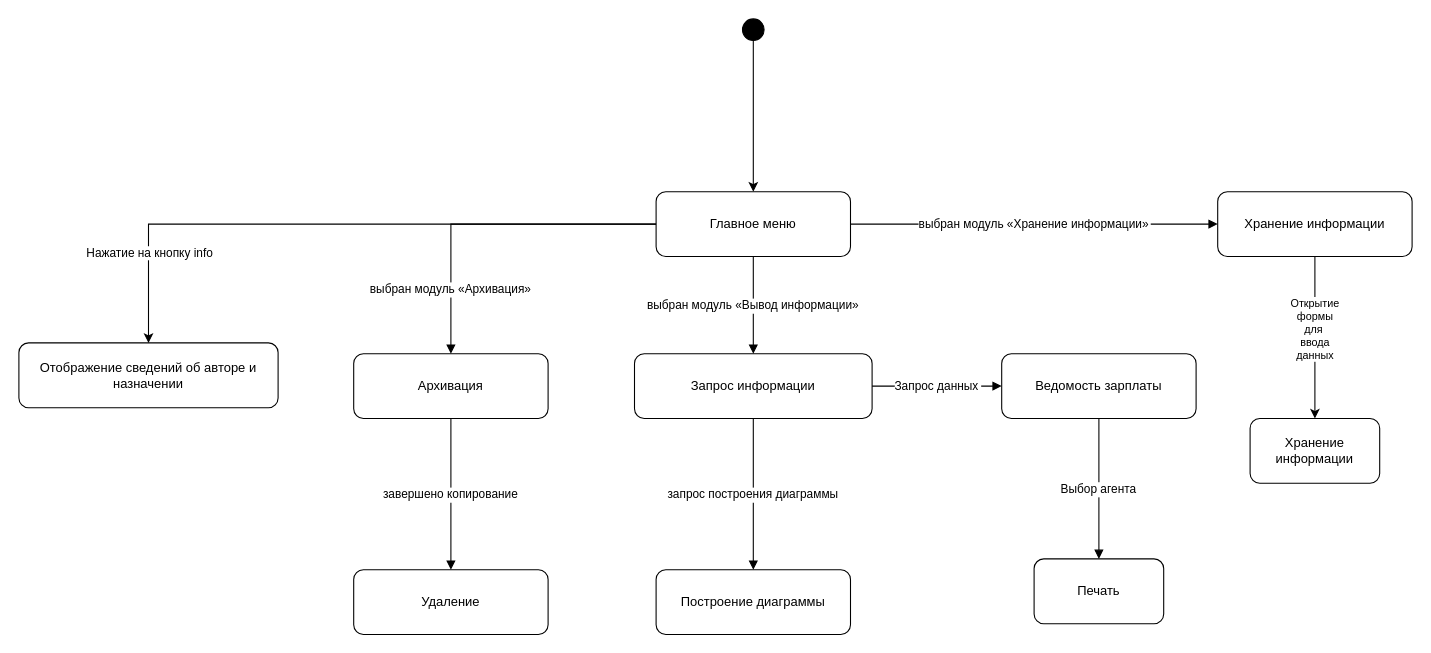
Before: 1.drawio in maxi1s/DailyPlan, a draw.io diagram. Source tidied: cells renumbered, new cells numbered last; positions are measured from the earlier drawing's top-left corner, leaving out a move shared by most shapes. Both pictures are drawn from the tidied source at 108%, with x=0, y=0 at pixel (18, 18).
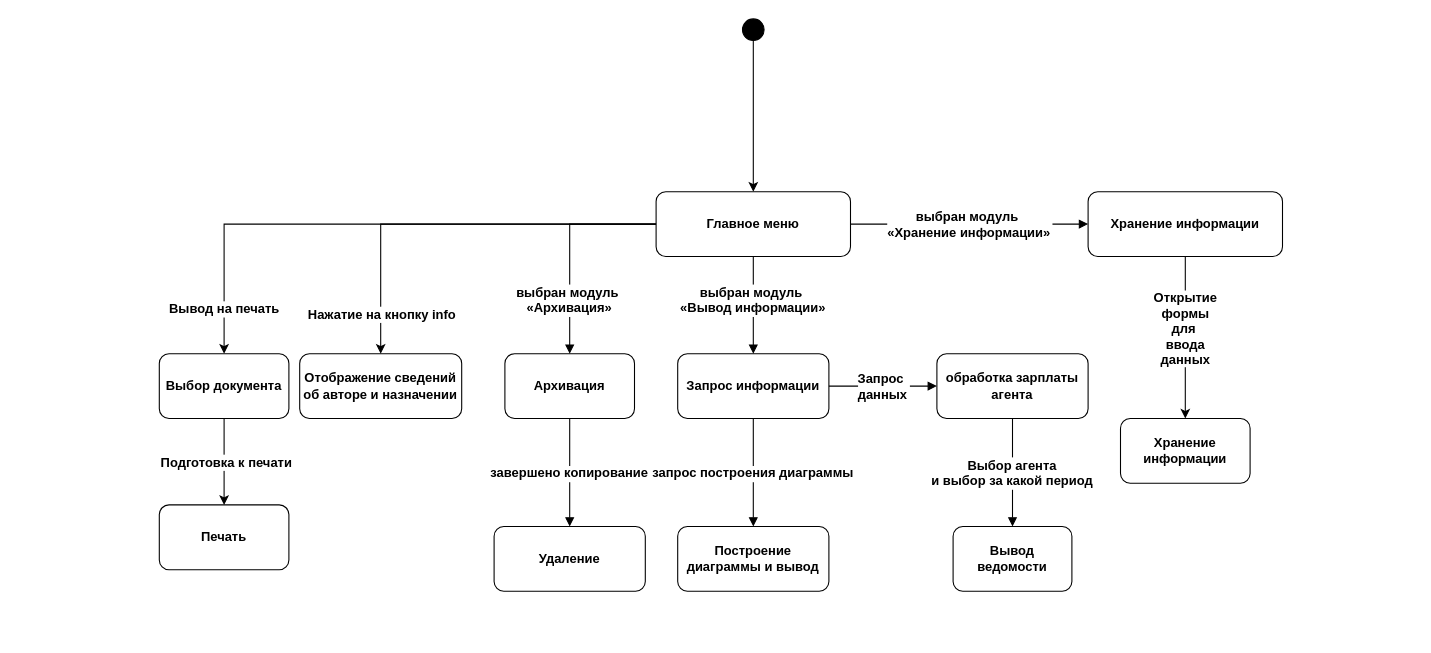
The same page after the edit.

The edit, as a diff of the source:
```diff
@@
-    <mxCell id="4" value="Отображение сведений об авторе и назначении" style="rounded=1;whiteSpace=wrap;html=1;" parent="1" vertex="1">
-      <mxGeometry y="300" width="240" height="60" as="geometry" />
+    <mxCell id="4" value="Отображение сведений об авторе и назначении" style="rounded=1;whiteSpace=wrap;html=1;fontStyle=1;fontSize=12;" parent="1" vertex="1">
+      <mxGeometry x="260" y="310" width="150" height="60" as="geometry" />
     </mxCell>
-    <mxCell id="5" style="edgeStyle=orthogonalEdgeStyle;rounded=0;jettySize=auto;html=1;entryX=0.5;entryY=0;entryDx=0;entryDy=0;" parent="1" edge="1" source="7" target="4">
+    <mxCell id="5" style="edgeStyle=orthogonalEdgeStyle;rounded=0;jettySize=auto;html=1;entryX=0.5;entryY=0;entryDx=0;entryDy=0;fontStyle=1;fontSize=12;" parent="1" edge="1" source="7" target="4">
       <mxGeometry relative="1" as="geometry" />
     </mxCell>
-    <mxCell id="6" value="Нажатие на кнопку info" style="edgeLabel;html=1;align=center;verticalAlign=middle;" parent="5" vertex="1">
-      <mxGeometry x="0.71" relative="1" as="geometry" />
+    <mxCell id="6" value="Нажатие на кнопку info" style="edgeLabel;html=1;align=center;verticalAlign=middle;fontStyle=1;fontSize=12;" parent="5" vertex="1">
+      <mxGeometry x="0.71" relative="1" as="geometry">
+        <mxPoint y="17" as="offset" />
+      </mxGeometry>
     </mxCell>
+    <mxCell id="25" style="edgeStyle=orthogonalEdgeStyle;rounded=0;jettySize=auto;html=1;fontStyle=1;fontSize=12;" parent="1" edge="1" source="7" target="29">
+      <mxGeometry relative="1" as="geometry" />
+    </mxCell>
+    <mxCell id="26" value="Вывод на печать" style="edgeLabel;html=1;align=center;verticalAlign=middle;fontStyle=1;fontSize=12;" parent="25" vertex="1">
+      <mxGeometry x="0.84" y="-1" relative="1" as="geometry" />
+    </mxCell>
-    <mxCell id="7" value="Главное меню" style="rounded=1;whiteSpace=wrap;html=1;" parent="1" vertex="1">
+    <mxCell id="7" value="Главное меню" style="rounded=1;whiteSpace=wrap;html=1;fontStyle=1;fontSize=12;" parent="1" vertex="1">
       <mxGeometry x="590" y="160" width="180" height="60" as="geometry" />
     </mxCell>
-    <mxCell id="8" style="edgeStyle=orthogonalEdgeStyle;rounded=0;jettySize=auto;html=1;verticalAlign=middle;labelBackgroundColor=none;" parent="1" edge="1" source="10" target="24">
+    <mxCell id="8" style="edgeStyle=orthogonalEdgeStyle;rounded=0;jettySize=auto;html=1;verticalAlign=middle;labelBackgroundColor=none;fontStyle=1;fontSize=12;" parent="1" edge="1" source="10" target="24">
       <mxGeometry relative="1" as="geometry" />
     </mxCell>
-    <mxCell id="9" value="&lt;span style=&quot;text-wrap-mode: wrap;&quot;&gt;Открытие формы для&amp;nbsp;&lt;/span&gt;&lt;div&gt;&lt;span style=&quot;text-wrap-mode: wrap;&quot;&gt;ввода данных&lt;/span&gt;&lt;/div&gt;" style="edgeLabel;html=1;align=center;verticalAlign=middle;fontSize=10;spacing=2;" parent="8" vertex="1">
+    <mxCell id="9" value="&lt;span style=&quot;text-wrap-mode: wrap;&quot;&gt;Открытие формы для&amp;nbsp;&lt;/span&gt;&lt;div&gt;&lt;span style=&quot;text-wrap-mode: wrap;&quot;&gt;ввода данных&lt;/span&gt;&lt;/div&gt;" style="edgeLabel;html=1;align=center;verticalAlign=middle;fontSize=12;spacing=2;fontStyle=1;" parent="8" vertex="1">
       <mxGeometry x="-0.12" y="-1" relative="1" as="geometry" />
     </mxCell>
-    <mxCell id="10" value="Хранение информации" style="rounded=1;whiteSpace=wrap;html=1;" parent="1" vertex="1">
-      <mxGeometry x="1110" y="160" width="180" height="60" as="geometry" />
+    <mxCell id="10" value="Хранение информации" style="rounded=1;whiteSpace=wrap;html=1;fontStyle=1;fontSize=12;" parent="1" vertex="1">
+      <mxGeometry x="990" y="160" width="180" height="60" as="geometry" />
     </mxCell>
-    <mxCell id="11" value="Запрос информации" style="rounded=1;whiteSpace=wrap;html=1;" parent="1" vertex="1">
-      <mxGeometry x="570" y="310" width="220" height="60" as="geometry" />
+    <mxCell id="11" value="Запрос информации" style="rounded=1;whiteSpace=wrap;html=1;fontStyle=1;fontSize=12;" parent="1" vertex="1">
+      <mxGeometry x="610" y="310" width="140" height="60" as="geometry" />
     </mxCell>
-    <mxCell id="12" value="Построение диаграммы" style="rounded=1;whiteSpace=wrap;html=1;" parent="1" vertex="1">
-      <mxGeometry x="590" y="510" width="180" height="60" as="geometry" />
+    <mxCell id="12" value="Построение диаграммы и вывод" style="rounded=1;whiteSpace=wrap;html=1;fontStyle=1;fontSize=12;" parent="1" vertex="1">
+      <mxGeometry x="610" y="470" width="140" height="60" as="geometry" />
     </mxCell>
-    <mxCell id="13" value="Ведомость зарплаты" style="rounded=1;whiteSpace=wrap;html=1;" parent="1" vertex="1">
-      <mxGeometry x="910" y="310" width="180" height="60" as="geometry" />
+    <mxCell id="13" value="обработка зарплаты агента" style="rounded=1;whiteSpace=wrap;html=1;fontStyle=1;fontSize=12;" parent="1" vertex="1">
+      <mxGeometry x="850" y="310" width="140" height="60" as="geometry" />
     </mxCell>
-    <mxCell id="14" value="Печать" style="rounded=1;whiteSpace=wrap;html=1;" parent="1" vertex="1">
-      <mxGeometry x="940" y="500" width="120" height="60" as="geometry" />
+    <mxCell id="14" value="Вывод ведомости" style="rounded=1;whiteSpace=wrap;html=1;fontStyle=1;fontSize=12;" parent="1" vertex="1">
+      <mxGeometry x="865" y="470" width="110" height="60" as="geometry" />
     </mxCell>
-    <mxCell id="15" value="Архивация" style="rounded=1;whiteSpace=wrap;html=1;" parent="1" vertex="1">
-      <mxGeometry x="310" y="310" width="180" height="60" as="geometry" />
+    <mxCell id="15" value="Архивация" style="rounded=1;whiteSpace=wrap;html=1;fontStyle=1;fontSize=12;" parent="1" vertex="1">
+      <mxGeometry x="450" y="310" width="120" height="60" as="geometry" />
     </mxCell>
-    <mxCell id="16" value="Удаление" style="rounded=1;whiteSpace=wrap;html=1;" parent="1" vertex="1">
-      <mxGeometry x="310" y="510" width="180" height="60" as="geometry" />
+    <mxCell id="16" value="Удаление" style="rounded=1;whiteSpace=wrap;html=1;fontStyle=1;fontSize=12;" parent="1" vertex="1">
+      <mxGeometry x="440" y="470" width="140" height="60" as="geometry" />
     </mxCell>
-    <mxCell id="17" value="выбран модуль «Хранение информации»" style="endArrow=block;" parent="1" edge="1" source="7" target="10">
+    <mxCell id="17" value="выбран модуль &#10;«Хранение информации»" style="endArrow=block;fontStyle=1;fontSize=12;" parent="1" edge="1" source="7" target="10">
       <mxGeometry relative="1" as="geometry" />
     </mxCell>
-    <mxCell id="18" value="выбран модуль «Вывод информации»" style="endArrow=block;rounded=0;curved=0;" parent="1" edge="1" source="7" target="11">
-      <mxGeometry relative="1" as="geometry" />
+    <mxCell id="18" value="выбран модуль &#10;«Вывод информации»" style="endArrow=block;rounded=0;curved=0;fontStyle=1;fontSize=12;" parent="1" edge="1" source="7" target="11">
+      <mxGeometry x="-0.11" relative="1" as="geometry" />
     </mxCell>
-    <mxCell id="19" value="запрос построения диаграммы" style="endArrow=block;rounded=0;curved=0;" parent="1" edge="1" source="11" target="12">
+    <mxCell id="19" value="запрос построения диаграммы" style="endArrow=block;rounded=0;curved=0;fontStyle=1;fontSize=12;" parent="1" edge="1" source="11" target="12">
       <mxGeometry relative="1" as="geometry" />
     </mxCell>
-    <mxCell id="20" value="Запрос данных" style="endArrow=block;" parent="1" edge="1" source="11" target="13">
+    <mxCell id="20" value="Запрос &#10;данных" style="endArrow=block;fontStyle=1;fontSize=12;" parent="1" edge="1" source="11" target="13">
       <mxGeometry relative="1" as="geometry" />
     </mxCell>
-    <mxCell id="21" value="Выбор агента" style="endArrow=block;" parent="1" edge="1" source="13" target="14">
+    <mxCell id="21" value="Выбор агента&#10;и выбор за какой период" style="endArrow=block;fontStyle=1;fontSize=12;" parent="1" edge="1" source="13" target="14">
       <mxGeometry relative="1" as="geometry" />
     </mxCell>
-    <mxCell id="22" value="выбран модуль «Архивация»" style="endArrow=block;rounded=0;curved=0;" parent="1" edge="1" source="7" target="15">
-      <mxGeometry x="0.61" relative="1" as="geometry">
+    <mxCell id="22" value="выбран модуль &#10;«Архивация»" style="endArrow=block;rounded=0;curved=0;fontStyle=1;fontSize=12;" parent="1" edge="1" source="7" target="15">
+      <mxGeometry x="0.5" relative="1" as="geometry">
         <Array as="points">
-          <mxPoint x="460" y="190" />
-          <mxPoint x="400" y="190" />
-          <mxPoint x="400" y="220" />
-          <mxPoint x="400" y="300" />
+          <mxPoint x="510" y="190" />
         </Array>
       </mxGeometry>
     </mxCell>
-    <mxCell id="23" value="завершено копирование" style="endArrow=block;" parent="1" edge="1" source="15" target="16">
+    <mxCell id="23" value="завершено копирование" style="endArrow=block;fontStyle=1;fontSize=12;" parent="1" edge="1" source="15" target="16">
       <mxGeometry relative="1" as="geometry" />
     </mxCell>
-    <mxCell id="24" value="Хранение информации" style="whiteSpace=wrap;html=1;rounded=1;" parent="1" vertex="1">
-      <mxGeometry x="1140" y="370" width="120" height="60" as="geometry" />
+    <mxCell id="24" value="Хранение информации" style="whiteSpace=wrap;html=1;rounded=1;fontStyle=1;fontSize=12;" parent="1" vertex="1">
+      <mxGeometry x="1020" y="370" width="120" height="60" as="geometry" />
     </mxCell>
+    <mxCell id="27" style="edgeStyle=orthogonalEdgeStyle;rounded=0;jettySize=auto;html=1;fontStyle=1;fontSize=12;" parent="1" edge="1" source="29" target="30">
+      <mxGeometry relative="1" as="geometry" />
+    </mxCell>
+    <mxCell id="28" value="Подготовка к печати" style="edgeLabel;html=1;align=center;verticalAlign=middle;fontStyle=1;fontSize=12;" parent="27" vertex="1">
+      <mxGeometry y="1" relative="1" as="geometry" />
+    </mxCell>
+    <mxCell id="29" value="Выбор документа" style="whiteSpace=wrap;html=1;rounded=1;fontStyle=1;fontSize=12;" parent="1" vertex="1">
+      <mxGeometry x="130" y="310" width="120" height="60" as="geometry" />
+    </mxCell>
+    <mxCell id="30" value="Печать" style="whiteSpace=wrap;html=1;rounded=1;fontStyle=1;fontSize=12;" parent="1" vertex="1">
+      <mxGeometry x="130" y="450" width="120" height="60" as="geometry" />
+    </mxCell>
```
